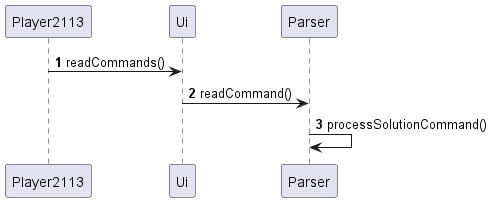
Before: docs/team/img/Solution.png, a diagram exported from PlantUML (yuhengr/tp). Source of this version:
```plantuml
@startuml

autonumber

Player2113 -> Ui: readCommands()
Ui -> Parser: readCommand()
Parser -> Parser: processSolutionCommand()

@enduml
```
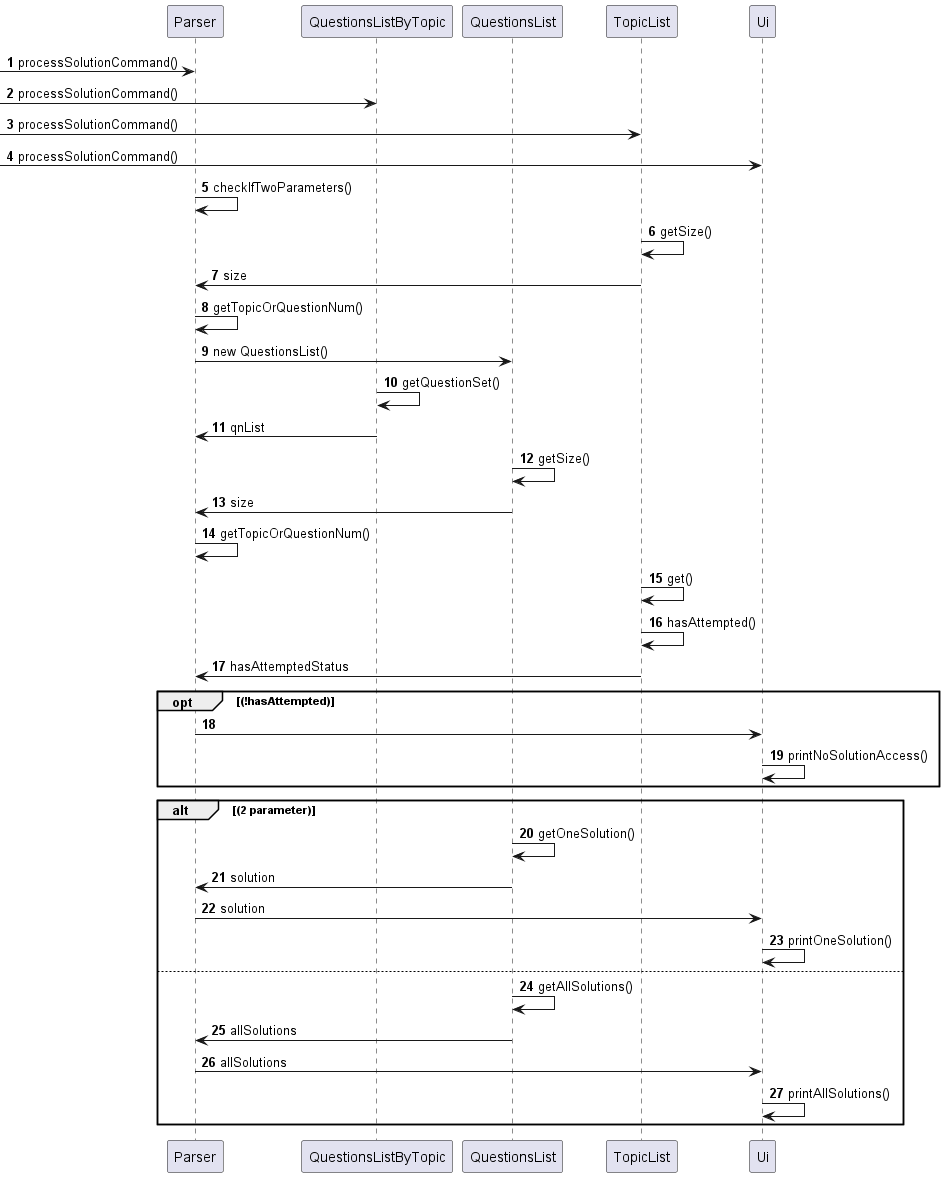
The same file after the commit.

Commit message:
Update DG solution and explain features

Change to the diagram source:
```diff
@@ -2,8 +2,51 @@
 
 autonumber
 
-Player2113 -> Ui: readCommands()
-Ui -> Parser: readCommand()
-Parser -> Parser: processSolutionCommand()
+participant Parser
+participant QuestionsListByTopic
+participant QuestionsList
+participant TopicList
+participant Ui
+
+-> Parser: processSolutionCommand()
+-> QuestionsListByTopic: processSolutionCommand()
+-> TopicList: processSolutionCommand()
+-> Ui: processSolutionCommand()
+
+Parser -> Parser: checkIfTwoParameters()
+
+TopicList -> TopicList: getSize()
+TopicList -> Parser: size
+Parser -> Parser: getTopicOrQuestionNum()
+
+Parser -> QuestionsList: new QuestionsList()
+
+QuestionsListByTopic -> QuestionsListByTopic: getQuestionSet()
+QuestionsListByTopic -> Parser: qnList
+
+QuestionsList -> QuestionsList: getSize()
+QuestionsList -> Parser: size
+Parser -> Parser: getTopicOrQuestionNum()
+
+TopicList -> TopicList: get()
+TopicList -> TopicList: hasAttempted()
+TopicList -> Parser: hasAttemptedStatus
+
+opt (!hasAttempted)
+    Parser -> Ui:
+    Ui -> Ui: printNoSolutionAccess()
+end
+
+alt (2 parameter)
+    QuestionsList -> QuestionsList : getOneSolution()
+    QuestionsList -> Parser: solution
+    Parser -> Ui: solution
+    Ui -> Ui: printOneSolution()
+else
+    QuestionsList -> QuestionsList : getAllSolutions()
+    QuestionsList -> Parser: allSolutions
+    Parser -> Ui: allSolutions
+    Ui -> Ui: printAllSolutions()
+end
 
 @enduml
```
